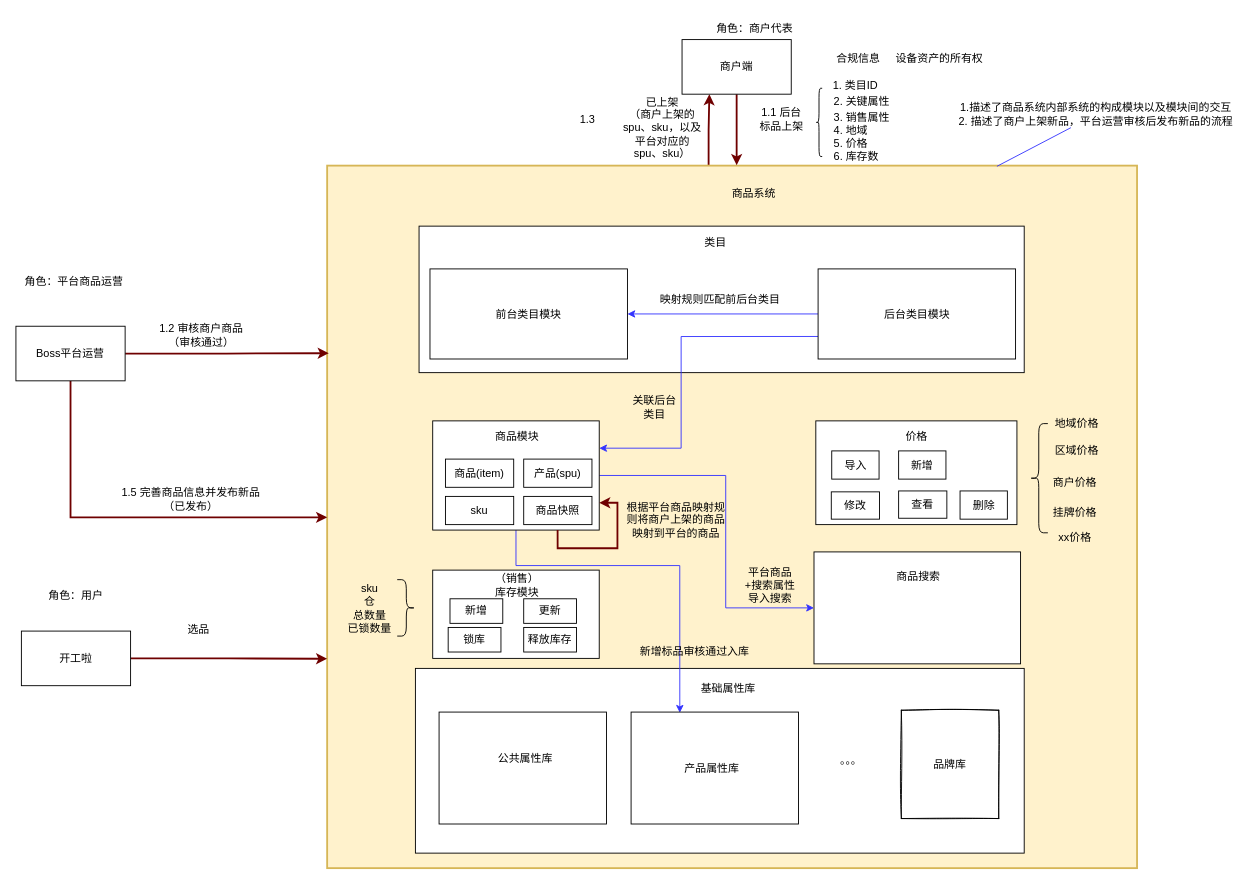
The draw.io diagram page "商品系统2" (8 of 10) of docs/租赁平台.drawio in lokiworks/codebase, before the edit. Source tidied: cells renumbered, new cells numbered last; positions are measured from the earlier drawing's top-left corner, leaving out a move shared by most shapes. Both pictures are drawn from the tidied source at 91%, with x=0, y=0 at pixel (15, 15).
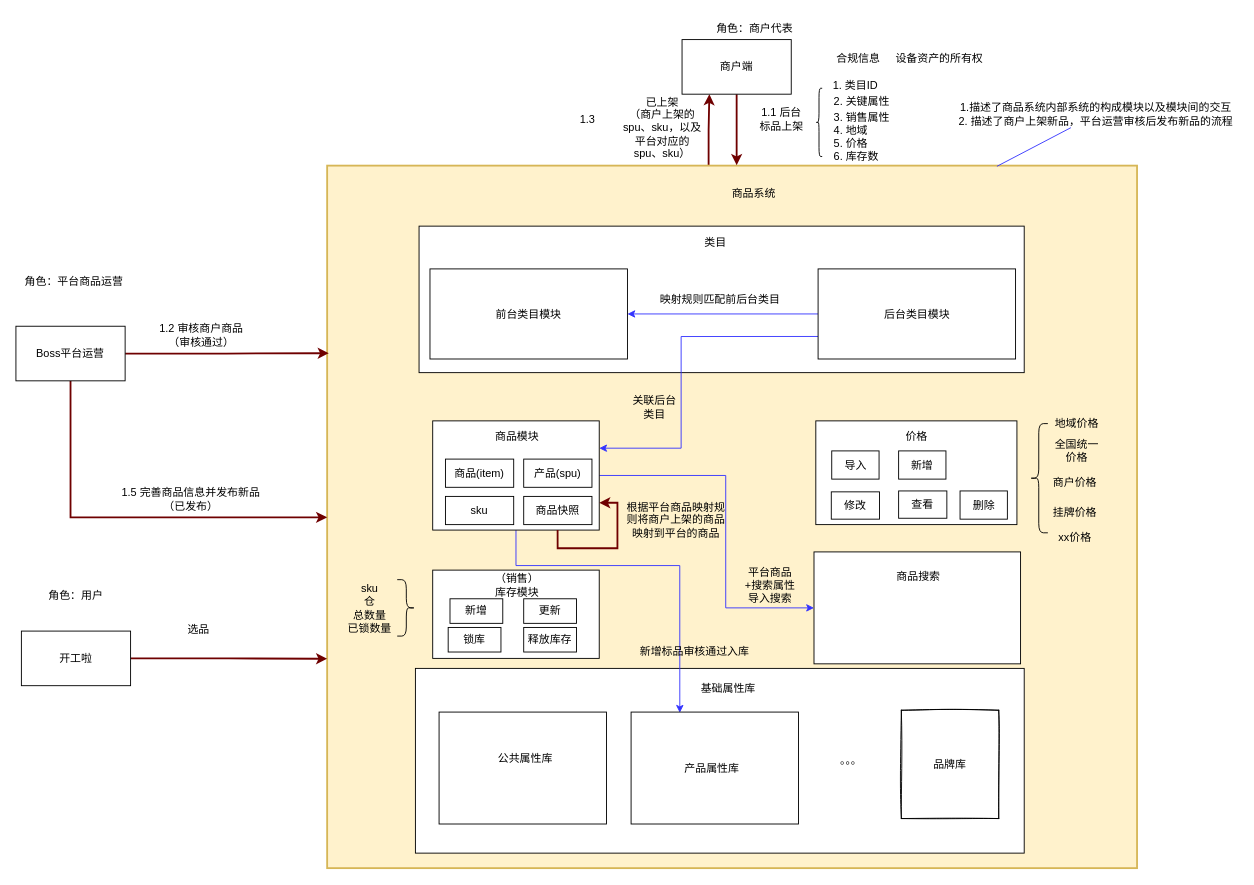
The same page after the edit.

What changed in the source:
```diff
@@
-    <mxCell id="77" value="区域价格" style="text;html=1;strokeColor=none;fillColor=none;align=center;verticalAlign=middle;whiteSpace=wrap;rounded=0;" parent="1" vertex="1">
+    <mxCell id="77" value="全国统一价格" style="text;html=1;strokeColor=none;fillColor=none;align=center;verticalAlign=middle;whiteSpace=wrap;rounded=0;" parent="1" vertex="1">
       <mxGeometry x="1136" y="463" width="60" height="30" as="geometry" />
     </mxCell>
```
